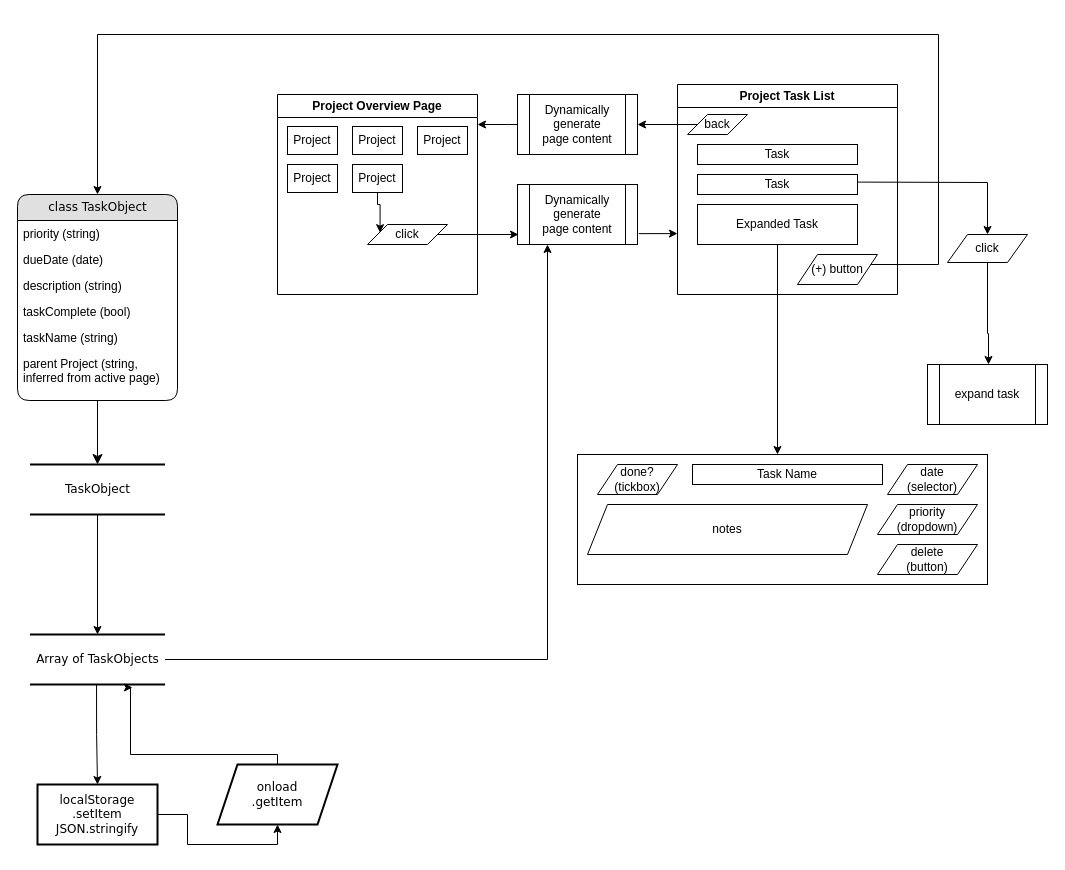
sykul/Todo-List keeps this draw.io diagram as flowchart.drawio. Above is the earlier version. Source tidied: cells renumbered, new cells numbered last; positions are measured from the earlier drawing's top-left corner, leaving out a move shared by most shapes. Both pictures are drawn from the tidied source at 100%, with x=0, y=0 at pixel (17, 34).
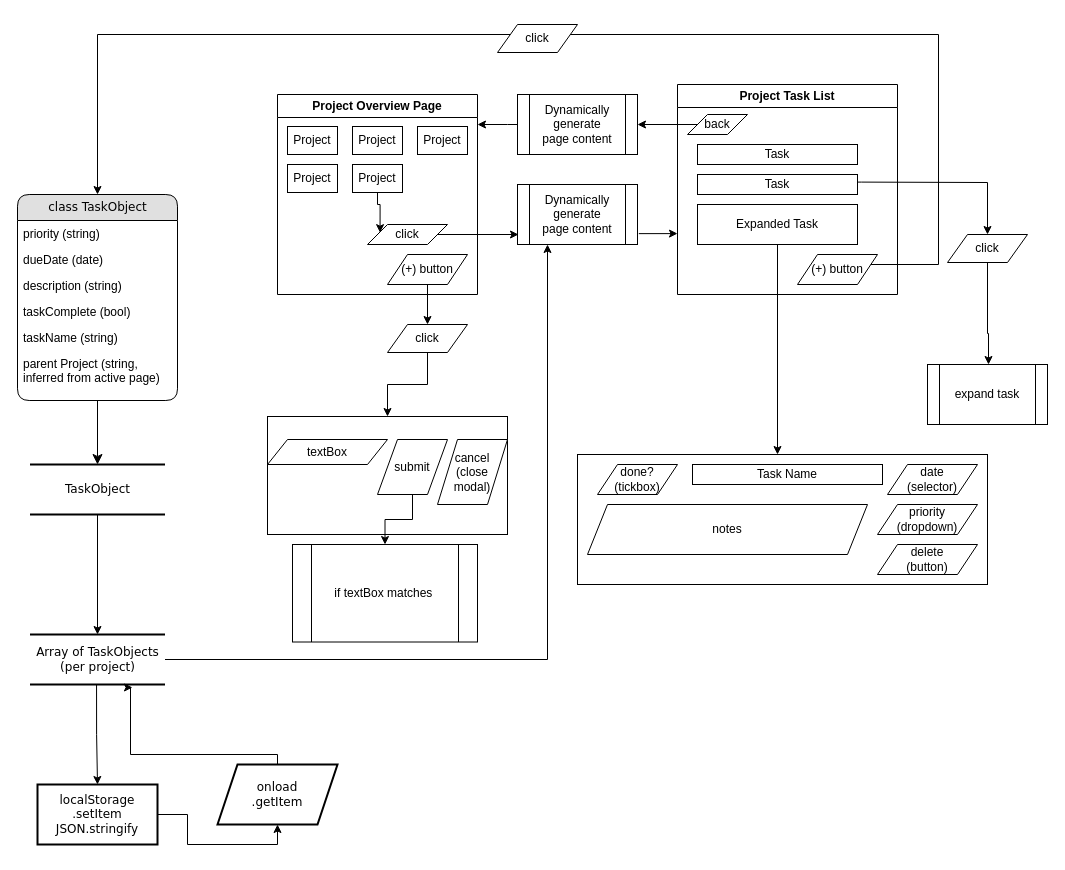
The same page after the edit.

Unchanged cells that the change refers to:
```xml
<mxCell id="4" value="class TaskObject" style="swimlane;html=1;fontStyle=0;horizontal=1;startSize=26;fillColor=#e0e0e0;swimlaneFillColor=#ffffff;align=center;rounded=1;shadow=0;comic=0;labelBackgroundColor=none;strokeWidth=1;fontFamily=Verdana;fontSize=12;" parent="1" vertex="1">
  <mxGeometry y="160" width="160" height="206" as="geometry" />
</mxCell>
<mxCell id="14" value="Project Overview&lt;span style=&quot;background-color: initial;&quot;&gt;&amp;nbsp;Page&lt;/span&gt;" style="swimlane;whiteSpace=wrap;html=1;" parent="1" vertex="1">
  <mxGeometry x="260" y="60" width="200" height="200" as="geometry" />
</mxCell>
<mxCell id="26" value="&lt;div&gt;&lt;span style=&quot;background-color: initial;&quot;&gt;(+) button&lt;/span&gt;&lt;br&gt;&lt;/div&gt;" style="shape=parallelogram;perimeter=parallelogramPerimeter;whiteSpace=wrap;html=1;fixedSize=1;" parent="22" vertex="1">
  <mxGeometry x="120" y="170" width="80" height="30" as="geometry" />
</mxCell>
```

The edit, as a diff of the source:
```diff
@@
-    <mxCell id="12" value="&lt;div&gt;&lt;span style=&quot;background-color: initial;&quot;&gt;Array of TaskObjects&lt;/span&gt;&lt;br&gt;&lt;/div&gt;" style="html=1;rounded=0;shadow=0;comic=0;labelBackgroundColor=none;strokeWidth=2;fontFamily=Verdana;fontSize=12;align=center;shape=mxgraph.ios7ui.horLines;" parent="1" vertex="1">
+    <mxCell id="12" value="&lt;div&gt;&lt;span style=&quot;background-color: initial;&quot;&gt;Array of TaskObjects&lt;/span&gt;&lt;br&gt;&lt;/div&gt;&lt;div&gt;&lt;span style=&quot;background-color: initial;&quot;&gt;(per project)&lt;/span&gt;&lt;/div&gt;" style="html=1;rounded=0;shadow=0;comic=0;labelBackgroundColor=none;strokeWidth=2;fontFamily=Verdana;fontSize=12;align=center;shape=mxgraph.ios7ui.horLines;" parent="1" vertex="1">
       <mxGeometry x="12.5" y="600" width="135" height="50" as="geometry" />
     </mxCell>
@@
+    <mxCell id="52" value="&lt;div&gt;&lt;span style=&quot;background-color: initial;&quot;&gt;(+) button&lt;/span&gt;&lt;br&gt;&lt;/div&gt;" style="shape=parallelogram;perimeter=parallelogramPerimeter;whiteSpace=wrap;html=1;fixedSize=1;" parent="14" vertex="1">
+      <mxGeometry x="110" y="160" width="80" height="30" as="geometry" />
+    </mxCell>
@@
-    <mxCell id="28" style="edgeStyle=orthogonalEdgeStyle;rounded=0;jettySize=auto;html=1;entryX=0.5;entryY=0;entryDx=0;entryDy=0;" parent="1" edge="1" source="26" target="4">
+    <mxCell id="28" style="edgeStyle=orthogonalEdgeStyle;rounded=0;jettySize=auto;html=1;entryX=0.5;entryY=0;entryDx=0;entryDy=0;" parent="1" edge="1" source="54" target="4">
       <mxGeometry relative="1" as="geometry">
         <Array as="points">
-          <mxPoint x="921" y="230" />
-          <mxPoint x="921" />
           <mxPoint x="80" />
         </Array>
       </mxGeometry>
     </mxCell>
@@
+    <mxCell id="53" style="edgeStyle=orthogonalEdgeStyle;rounded=0;jettySize=auto;html=1;entryX=0.5;entryY=0;entryDx=0;entryDy=0;" parent="1" edge="1" source="26" target="54">
+      <mxGeometry relative="1" as="geometry">
+        <Array as="points">
+          <mxPoint x="921" y="230" />
+          <mxPoint x="921" />
+        </Array>
+      </mxGeometry>
+    </mxCell>
+    <mxCell id="54" value="click" style="shape=parallelogram;perimeter=parallelogramPerimeter;whiteSpace=wrap;html=1;fixedSize=1;" parent="1" vertex="1">
+      <mxGeometry x="480" y="-10" width="80" height="28" as="geometry" />
+    </mxCell>
+    <mxCell id="55" style="edgeStyle=orthogonalEdgeStyle;rounded=0;jettySize=auto;html=1;" parent="1" edge="1" source="56" target="58">
+      <mxGeometry relative="1" as="geometry" />
+    </mxCell>
+    <mxCell id="56" value="click" style="shape=parallelogram;perimeter=parallelogramPerimeter;whiteSpace=wrap;html=1;fixedSize=1;" parent="1" vertex="1">
+      <mxGeometry x="370" y="290" width="80" height="28" as="geometry" />
+    </mxCell>
+    <mxCell id="57" style="edgeStyle=orthogonalEdgeStyle;rounded=0;jettySize=auto;html=1;" parent="1" edge="1" source="52" target="56">
+      <mxGeometry relative="1" as="geometry" />
+    </mxCell>
+    <mxCell id="58" style="whiteSpace=wrap;html=1;" parent="1" vertex="1">
+      <mxGeometry x="250" y="382" width="240" height="118" as="geometry" />
+    </mxCell>
+    <mxCell id="59" value="textBox" style="shape=parallelogram;perimeter=parallelogramPerimeter;whiteSpace=wrap;html=1;fixedSize=1;" parent="1" vertex="1">
+      <mxGeometry x="250" y="405" width="120" height="25" as="geometry" />
+    </mxCell>
+    <mxCell id="60" style="edgeStyle=orthogonalEdgeStyle;rounded=0;jettySize=auto;html=1;" parent="1" edge="1" source="61" target="63">
+      <mxGeometry relative="1" as="geometry" />
+    </mxCell>
+    <mxCell id="61" value="submit" style="shape=parallelogram;perimeter=parallelogramPerimeter;whiteSpace=wrap;html=1;fixedSize=1;" parent="1" vertex="1">
+      <mxGeometry x="360" y="405" width="70" height="55" as="geometry" />
+    </mxCell>
+    <mxCell id="62" value="cancel&lt;div&gt;(close&lt;/div&gt;&lt;div&gt;modal)&lt;/div&gt;" style="shape=parallelogram;perimeter=parallelogramPerimeter;whiteSpace=wrap;html=1;fixedSize=1;" parent="1" vertex="1">
+      <mxGeometry x="420" y="405" width="70" height="65" as="geometry" />
+    </mxCell>
+    <mxCell id="63" value="if textBox matches&amp;nbsp;" style="shape=process;whiteSpace=wrap;html=1;backgroundOutline=1;" parent="1" vertex="1">
+      <mxGeometry x="275" y="510" width="185" height="97.5" as="geometry" />
+    </mxCell>
```
